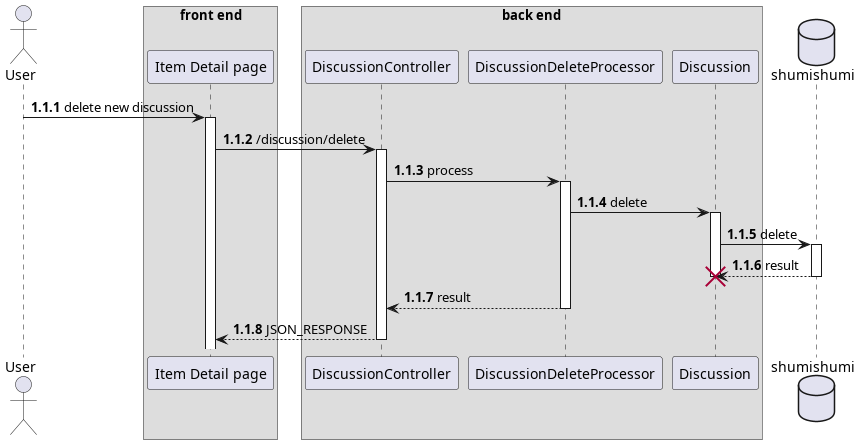
This is thesis/latex/diagram/sequence diagram/14. discussion/delete discussion/delete discussion.png from aldihsuhandi/skripsi-2023, a PlantUML export, as it was before one commit. The source it was exported from:
```plantuml
@startuml create discussion
autonumber 1.1.1

actor User as u

box "front end"
participant "Item Detail page" as detail
end box

box "back end"
participant "DiscussionController" as dc

participant "DiscussionDeleteProcessor" as proc
participant "Discussion" as dm
end box

database shumishumi as db

u -> detail++ : delete new discussion
detail -> dc++ : /discussion/delete

dc -> proc++ : process

proc -> dm++ : delete
dm -> db++ : delete
return result
destroy dm
deactivate dm

return result
return JSON_RESPONSE

@enduml
```
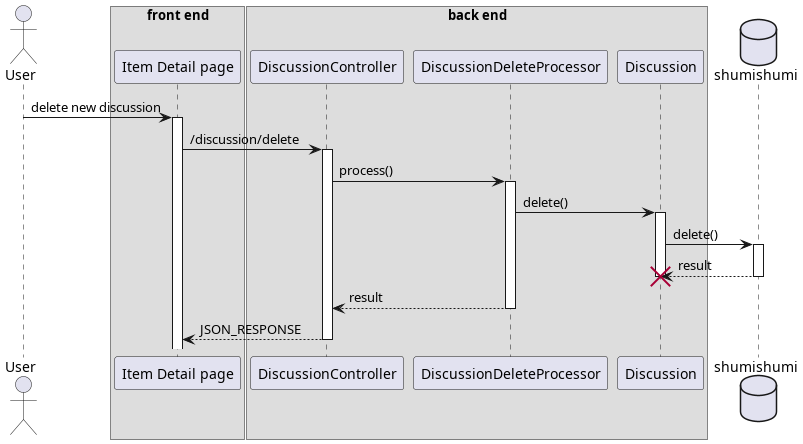
Later version of the same file.

Change to the diagram source:
```diff
@@ -1,5 +1,4 @@
 @startuml create discussion
-autonumber 1.1.1
 
 actor User as u
 
@@ -19,10 +18,10 @@
 u -> detail++ : delete new discussion
 detail -> dc++ : /discussion/delete
 
-dc -> proc++ : process
+dc -> proc++ : process()
 
-proc -> dm++ : delete
-dm -> db++ : delete
+proc -> dm++ : delete()
+dm -> db++ : delete()
 return result
 destroy dm
 deactivate dm
```
